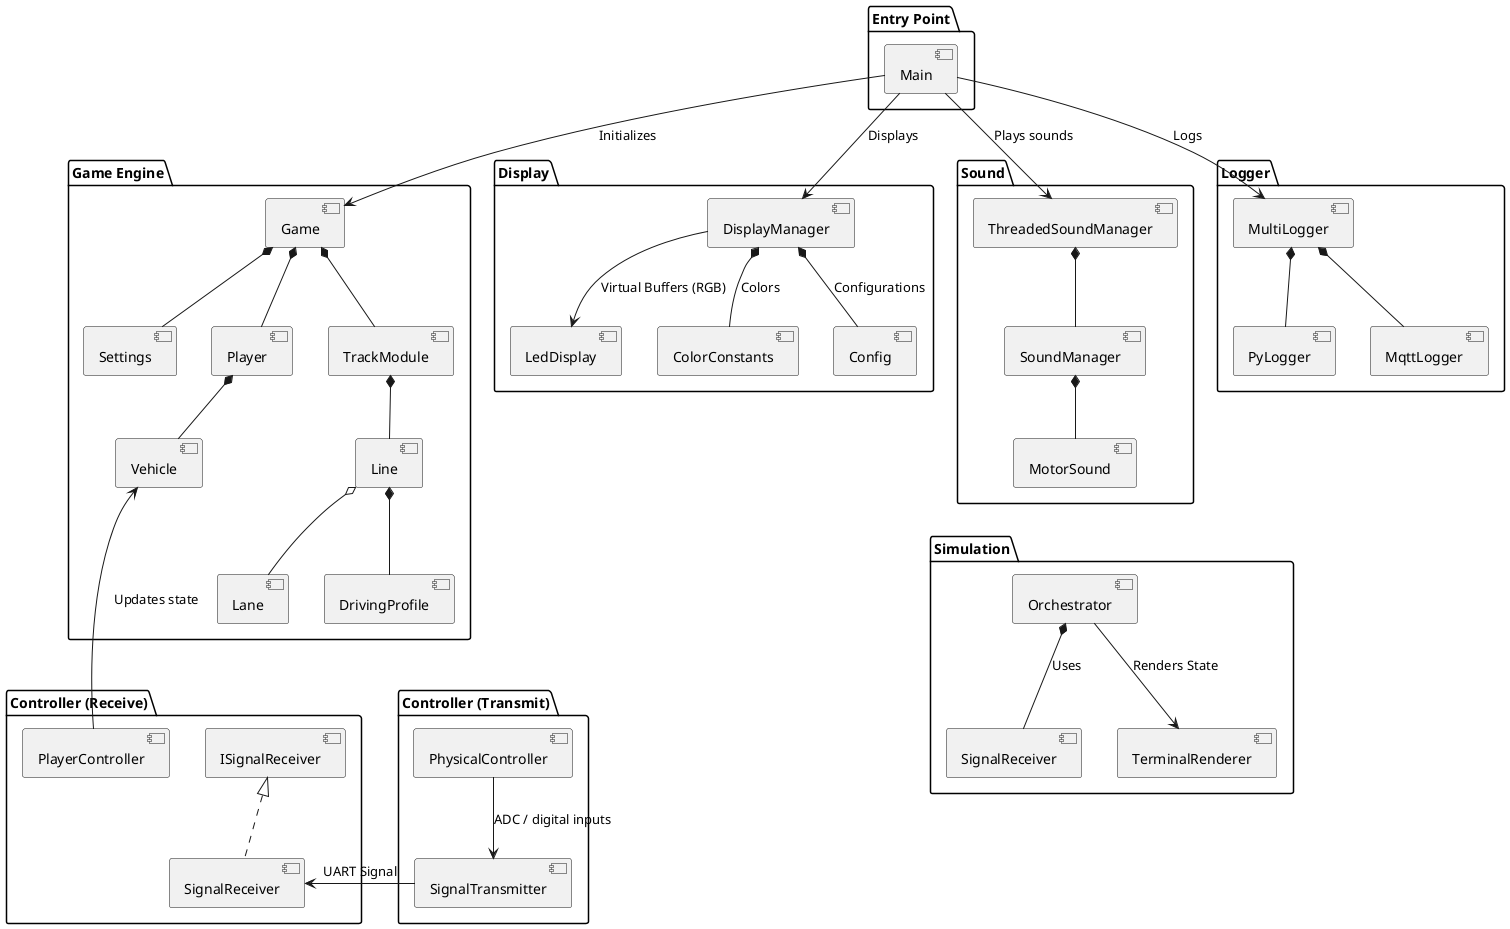
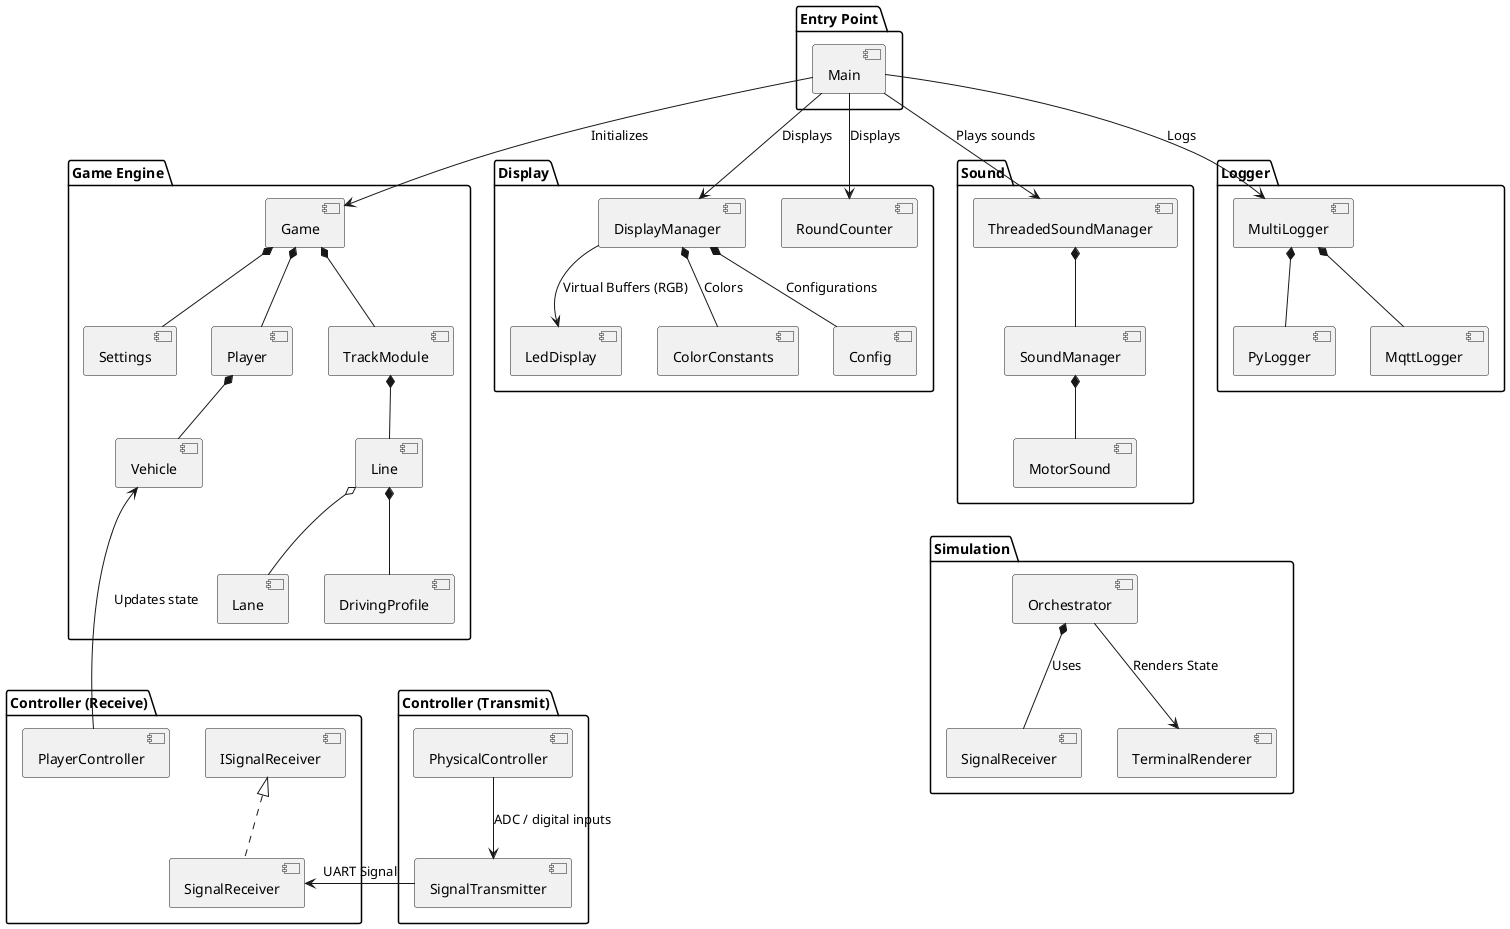
@startuml
'!theme plain
'skinparam componentStyle uml2

package "Controller (Transmit)" {
  [SignalTransmitter]
  [PhysicalController]
}

package "Controller (Receive)" {
  [ISignalReceiver]
  [SignalReceiver]
  [PlayerController]
}

package "Game Engine" {
  [Game] as GameMain
  [Settings]
  [Player]
  [Vehicle]
  [TrackModule]
  [Line]
  [Lane]
  [DrivingProfile]

  GameMain *-- [Settings]
  GameMain *-- [Player]
  GameMain *-- [TrackModule]
  [Player] *-- [Vehicle]
  [TrackModule] *-- [Line]
  [Line] *-- [DrivingProfile]
  [Line] o-- [Lane]
}

package "Display" {
  [DisplayManager]
  [LedDisplay]
  [ColorConstants]
  [Config]
+   [RoundCounter]
}

package "Sound" {
  [ThreadedSoundManager]
  [SoundManager]
  [MotorSound]
}

package "Logger" {
  [MultiLogger]
  [PyLogger]
  [MqttLogger]
}

package "Simulation" {
  [Orchestrator]
  [SignalReceiver] as SimulationSignalReceiver
  [TerminalRenderer]
}

package "Entry Point" {
  [Main]
}

[Main] --> GameMain : Initializes
[Main] --> [DisplayManager] : Displays
+ [Main] --> [RoundCounter] : Displays
[Main] --> [ThreadedSoundManager] : Plays sounds
[Main] --> [MultiLogger] : Logs

[PhysicalController] --> [SignalTransmitter] : ADC / digital inputs
[SignalTransmitter] --> [SignalReceiver] : UART Signal
[ISignalReceiver] <|.. [SignalReceiver]

[PlayerController] --> [Vehicle] : Updates state

[DisplayManager] --> [LedDisplay] : Virtual Buffers (RGB)
[DisplayManager] *-- [Config] : Configurations
[DisplayManager] *-- [ColorConstants] : Colors


[ThreadedSoundManager] *-- [SoundManager]
[SoundManager] *-- [MotorSound]

[MultiLogger] *-- [PyLogger]
[MultiLogger] *-- [MqttLogger]

[Orchestrator] --> [TerminalRenderer] : Renders State
[Orchestrator] *-- SimulationSignalReceiver : Uses

' Layout positioning
MotorSound -[hidden]down-> Orchestrator
DrivingProfile -[hidden]down-> PhysicalController
DrivingProfile-[hidden]down-> PlayerController
@enduml